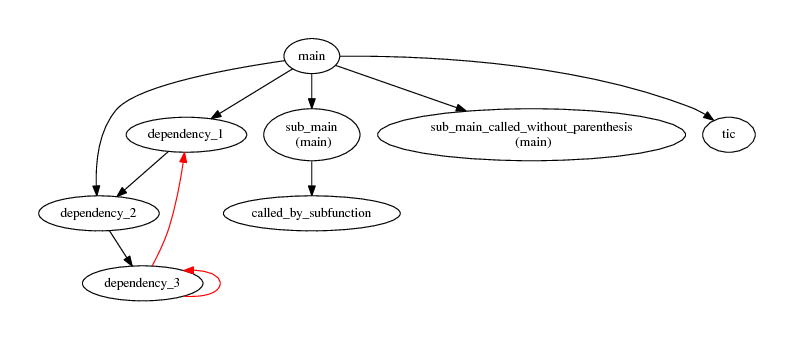
Earlier version of the Graphviz export readme_figures/readme_fig2.png (KaeroDot/mDepGen). Its source is kept beside it as readme_figures/readme_fig2.dot. Its diagram source:
```dot
/* Generated by mDepGen */
digraph dep {
node [shape = oval];
"main" -> "dependency_1" ;
"dependency_1" -> "dependency_2" ;
"dependency_2" -> "dependency_3" ;
"dependency_3" -> "dependency_1"  [color=red];
"dependency_3" -> "dependency_3"  [color=red dir=back];
"main" -> "dependency_2" ;
"main" -> "sub_main\n (main)" ;
"sub_main\n (main)" -> "called_by_subfunction" ;
"main" -> "sub_main_called_without_parenthesis\n (main)" ;
"main" -> "tic" ;
}
```
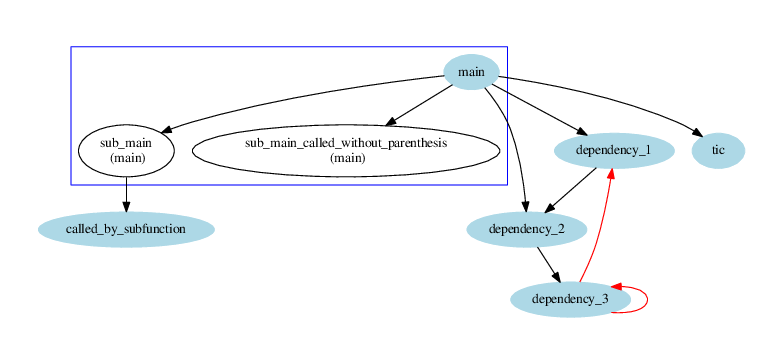
After the change.

The edit, as a diff of the source:
```diff
@@ -1,6 +1,22 @@
 /* Generated by mDepGen */
 digraph dep {
 node [shape = oval];
+/* start of shape definitions */
+"main" [color=lightblue, style=filled];
+"dependency_1" [color=lightblue, style=filled];
+"dependency_2" [color=lightblue, style=filled];
+"dependency_3" [color=lightblue, style=filled];
+"called_by_subfunction" [color=lightblue, style=filled];
+"tic" [color=lightblue, style=filled];
+/* end of shape definitions */
+/* start of subgraph definitions */
+subgraph cluster005 {
+color=blue;
+    "main";
+    "sub_main\n (main)";
+    "sub_main_called_without_parenthesis\n (main)";
+}
+/* end of subgraph definitions */
 "main" -> "dependency_1" ;
 "dependency_1" -> "dependency_2" ;
 "dependency_2" -> "dependency_3" ;
```
